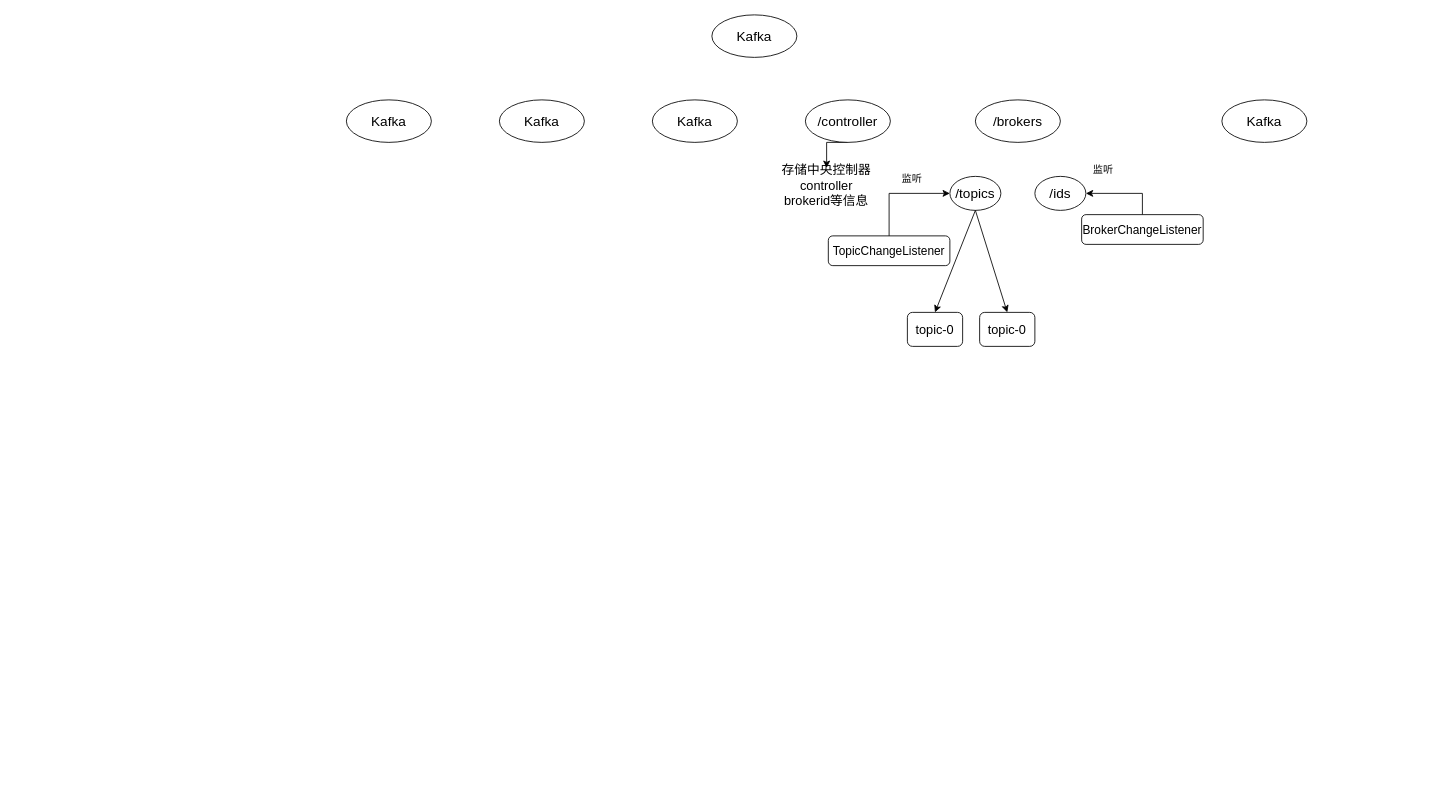
The draw.io diagram kafka中zookeeper架构.drawio in jiangtao2048/diagrams, before the edit. Source tidied: cells renumbered, new cells numbered last; positions are measured from the earlier drawing's top-left corner, leaving out a move shared by most shapes. Both pictures are drawn from the tidied source at 85%, with x=0, y=0 at pixel (346, 14).
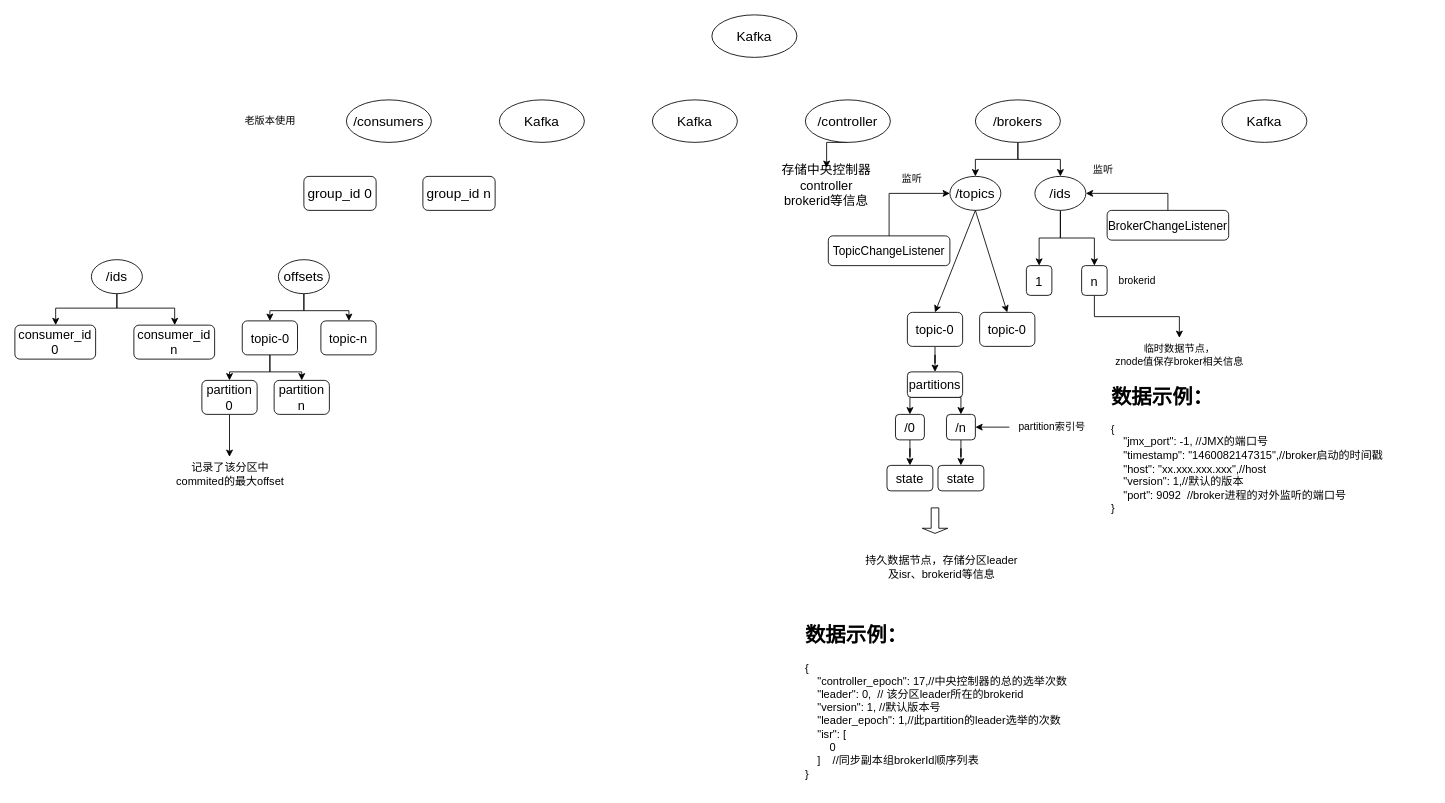
The same page after the edit.

Commit message (it also covers changes not shown here):
更新kafka中zookeeper架构.drawio

Unchanged cells that the change refers to:
```xml
<mxCell id="7" value="&lt;font style=&quot;font-size: 16px;&quot;&gt;/brokers&lt;/font&gt;" style="ellipse;whiteSpace=wrap;html=1;fontSize=15;" parent="1" vertex="1">
  <mxGeometry x="740" y="100" width="100" height="50" as="geometry" />
</mxCell>
<mxCell id="11" value="&lt;font style=&quot;font-size: 16px;&quot;&gt;/ids&lt;/font&gt;" style="ellipse;whiteSpace=wrap;html=1;fontSize=15;" parent="1" vertex="1">
  <mxGeometry x="810" y="190" width="60" height="40" as="geometry" />
</mxCell>
<mxCell id="12" value="&lt;font style=&quot;font-size: 16px;&quot;&gt;/topics&lt;/font&gt;" style="ellipse;whiteSpace=wrap;html=1;fontSize=15;" parent="1" vertex="1">
  <mxGeometry x="710" y="190" width="60" height="40" as="geometry" />
</mxCell>
<mxCell id="19" value="&lt;font style=&quot;font-size: 15px;&quot;&gt;topic-0&lt;/font&gt;" style="rounded=1;whiteSpace=wrap;html=1;" parent="1" vertex="1">
  <mxGeometry x="660" y="350" width="65" height="40" as="geometry" />
</mxCell>
```

The edit, as a diff of the source:
```diff
@@
+    <mxCell id="23" style="edgeStyle=orthogonalEdgeStyle;rounded=0;jettySize=auto;html=1;exitX=0.5;exitY=1;exitDx=0;exitDy=0;entryX=0.5;entryY=0;entryDx=0;entryDy=0;" parent="1" edge="1" source="7" target="12">
+      <mxGeometry relative="1" as="geometry" />
+    </mxCell>
+    <mxCell id="24" style="edgeStyle=orthogonalEdgeStyle;rounded=0;jettySize=auto;html=1;exitX=0.5;exitY=1;exitDx=0;exitDy=0;" parent="1" edge="1" source="7" target="11">
+      <mxGeometry relative="1" as="geometry" />
+    </mxCell>
@@
-    <mxCell id="8" value="&lt;font style=&quot;font-size: 16px;&quot;&gt;Kafka&lt;/font&gt;" style="ellipse;whiteSpace=wrap;html=1;fontSize=15;" parent="1" vertex="1">
+    <mxCell id="8" value="&lt;font style=&quot;font-size: 16px;&quot;&gt;/consumers&lt;br&gt;&lt;/font&gt;" style="ellipse;whiteSpace=wrap;html=1;fontSize=15;" parent="1" vertex="1">
       <mxGeometry y="100" width="100" height="50" as="geometry" />
     </mxCell>
@@
+    <mxCell id="25" style="edgeStyle=orthogonalEdgeStyle;rounded=0;jettySize=auto;html=1;exitX=0.5;exitY=1;exitDx=0;exitDy=0;" parent="1" edge="1" source="11" target="42">
+      <mxGeometry relative="1" as="geometry" />
+    </mxCell>
+    <mxCell id="26" style="edgeStyle=orthogonalEdgeStyle;rounded=0;jettySize=auto;html=1;exitX=0.5;exitY=1;exitDx=0;exitDy=0;entryX=0.5;entryY=0;entryDx=0;entryDy=0;" parent="1" edge="1" source="11" target="44">
+      <mxGeometry relative="1" as="geometry" />
+    </mxCell>
@@
     <mxCell id="14" value="&lt;font style=&quot;font-size: 14px;&quot;&gt;BrokerChangeListener&lt;/font&gt;" style="rounded=1;whiteSpace=wrap;html=1;" parent="1" vertex="1">
-      <mxGeometry x="865" y="235" width="143" height="35" as="geometry" />
+      <mxGeometry x="895" y="230" width="143" height="35" as="geometry" />
     </mxCell>
@@
+    <mxCell id="27" style="edgeStyle=orthogonalEdgeStyle;rounded=0;jettySize=auto;html=1;exitX=0.5;exitY=1;exitDx=0;exitDy=0;" parent="1" edge="1" source="19" target="30">
+      <mxGeometry relative="1" as="geometry" />
+    </mxCell>
@@
+    <mxCell id="28" style="edgeStyle=orthogonalEdgeStyle;rounded=0;jettySize=auto;html=1;exitX=0.5;exitY=1;exitDx=0;exitDy=0;entryX=0.5;entryY=0;entryDx=0;entryDy=0;" parent="1" edge="1" source="30" target="34">
+      <mxGeometry relative="1" as="geometry" />
+    </mxCell>
+    <mxCell id="29" style="edgeStyle=orthogonalEdgeStyle;rounded=0;jettySize=auto;html=1;exitX=0.5;exitY=1;exitDx=0;exitDy=0;entryX=0.5;entryY=0;entryDx=0;entryDy=0;" parent="1" edge="1" source="30" target="32">
+      <mxGeometry relative="1" as="geometry" />
+    </mxCell>
+    <mxCell id="30" value="&lt;font style=&quot;font-size: 15px;&quot;&gt;partitions&lt;/font&gt;" style="rounded=1;whiteSpace=wrap;html=1;" parent="1" vertex="1">
+      <mxGeometry x="660" y="420" width="65" height="30" as="geometry" />
+    </mxCell>
+    <mxCell id="31" style="edgeStyle=orthogonalEdgeStyle;rounded=0;jettySize=auto;html=1;exitX=0.5;exitY=1;exitDx=0;exitDy=0;" parent="1" edge="1" source="32" target="35">
+      <mxGeometry relative="1" as="geometry" />
+    </mxCell>
+    <mxCell id="32" value="&lt;font style=&quot;font-size: 15px;&quot;&gt;/0&lt;/font&gt;" style="rounded=1;whiteSpace=wrap;html=1;" parent="1" vertex="1">
+      <mxGeometry x="646" y="470" width="34" height="30" as="geometry" />
+    </mxCell>
+    <mxCell id="33" style="edgeStyle=orthogonalEdgeStyle;rounded=0;jettySize=auto;html=1;exitX=0.5;exitY=1;exitDx=0;exitDy=0;" parent="1" edge="1" source="34" target="36">
+      <mxGeometry relative="1" as="geometry" />
+    </mxCell>
+    <mxCell id="34" value="&lt;font style=&quot;font-size: 15px;&quot;&gt;/n&lt;/font&gt;" style="rounded=1;whiteSpace=wrap;html=1;" parent="1" vertex="1">
+      <mxGeometry x="706" y="470" width="34" height="30" as="geometry" />
+    </mxCell>
+    <mxCell id="35" value="&lt;font style=&quot;font-size: 15px;&quot;&gt;state&lt;/font&gt;" style="rounded=1;whiteSpace=wrap;html=1;" parent="1" vertex="1">
+      <mxGeometry x="636" y="530" width="54" height="30" as="geometry" />
+    </mxCell>
+    <mxCell id="36" value="&lt;font style=&quot;font-size: 15px;&quot;&gt;state&lt;/font&gt;" style="rounded=1;whiteSpace=wrap;html=1;" parent="1" vertex="1">
+      <mxGeometry x="696" y="530" width="54" height="30" as="geometry" />
+    </mxCell>
+    <mxCell id="37" value="&lt;font style=&quot;font-size: 13px;&quot;&gt;持久数据节点，存储分区leader&lt;br&gt;及isr、brokerid等信息&lt;/font&gt;" style="text;html=1;align=center;verticalAlign=middle;strokeColor=none;fillColor=none;" parent="1" vertex="1">
+      <mxGeometry x="600" y="630" width="200" height="40" as="geometry" />
+    </mxCell>
+    <mxCell id="38" value="&lt;h1&gt;数据示例：&lt;/h1&gt;&lt;div style=&quot;font-size: 13px;&quot;&gt;&lt;div&gt;{&lt;/div&gt;&lt;div&gt;&amp;nbsp; &amp;nbsp; &quot;controller_epoch&quot;: 17,//中央控制器的总的选举次数&lt;/div&gt;&lt;div&gt;&amp;nbsp; &amp;nbsp; &quot;leader&quot;: 0,&amp;nbsp; // 该分区leader所在的brokerid&lt;/div&gt;&lt;div&gt;&amp;nbsp; &amp;nbsp; &quot;version&quot;: 1, //默认版本号&lt;/div&gt;&lt;div&gt;&amp;nbsp; &amp;nbsp; &quot;leader_epoch&quot;: 1,//此partition的leader选举的次数&lt;/div&gt;&lt;div&gt;&amp;nbsp; &amp;nbsp; &quot;isr&quot;: [&lt;/div&gt;&lt;div&gt;&amp;nbsp; &amp;nbsp; &amp;nbsp; &amp;nbsp; 0&lt;/div&gt;&lt;div&gt;&amp;nbsp; &amp;nbsp; ]&amp;nbsp; &amp;nbsp; //同步副本组brokerId顺序列表&lt;/div&gt;&lt;div&gt;}&lt;/div&gt;&lt;/div&gt;" style="text;html=1;strokeColor=none;fillColor=none;spacing=5;spacingTop=-20;whiteSpace=wrap;overflow=hidden;rounded=0;" parent="1" vertex="1">
+      <mxGeometry x="535" y="710" width="380" height="200" as="geometry" />
+    </mxCell>
+    <mxCell id="39" style="shape=singleArrow;direction=south;whiteSpace=wrap;html=1;" parent="1" vertex="1">
+      <mxGeometry x="677.5" y="580" width="30" height="30" as="geometry" />
+    </mxCell>
+    <mxCell id="40" value="&lt;div class=&quot;lake-content&quot;&gt;partition索引号&lt;/div&gt;" style="text;html=1;align=center;verticalAlign=middle;points=[];strokeColor=none;fillColor=none;" parent="1" vertex="1">
+      <mxGeometry x="780" y="470" width="100" height="30" as="geometry" />
+    </mxCell>
+    <mxCell id="41" style="endArrow=classic;html=1;rounded=0;entryX=1;entryY=0.5;entryDx=0;entryDy=0;" parent="1" edge="1" source="40" target="34">
+      <mxGeometry relative="1" as="geometry" />
+    </mxCell>
+    <mxCell id="42" value="&lt;span style=&quot;font-size: 15px;&quot;&gt;1&lt;/span&gt;" style="rounded=1;whiteSpace=wrap;html=1;" parent="1" vertex="1">
+      <mxGeometry x="800" y="295" width="30" height="35" as="geometry" />
+    </mxCell>
+    <mxCell id="43" style="edgeStyle=orthogonalEdgeStyle;rounded=0;jettySize=auto;html=1;exitX=0.5;exitY=1;exitDx=0;exitDy=0;" parent="1" edge="1" source="44" target="45">
+      <mxGeometry relative="1" as="geometry" />
+    </mxCell>
+    <mxCell id="44" value="&lt;span style=&quot;font-size: 15px;&quot;&gt;n&lt;/span&gt;" style="rounded=1;whiteSpace=wrap;html=1;" parent="1" vertex="1">
+      <mxGeometry x="865" y="295" width="30" height="35" as="geometry" />
+    </mxCell>
+    <mxCell id="45" value="临时数据节点，&lt;br&gt;znode值保存broker相关信息" style="text;html=1;align=center;verticalAlign=middle;points=[];strokeColor=none;fillColor=none;" parent="1" vertex="1">
+      <mxGeometry x="895" y="380" width="170" height="40" as="geometry" />
+    </mxCell>
+    <mxCell id="46" value="brokerid" style="text;html=1;align=center;verticalAlign=middle;strokeColor=none;fillColor=none;" parent="1" vertex="1">
+      <mxGeometry x="895" y="298" width="70" height="30" as="geometry" />
+    </mxCell>
+    <mxCell id="47" value="&lt;h1&gt;数据示例：&lt;/h1&gt;&lt;div style=&quot;&quot;&gt;&lt;div style=&quot;&quot;&gt;{&lt;/div&gt;&lt;div style=&quot;&quot;&gt;&lt;span style=&quot;font-size: 13px;&quot;&gt;&amp;nbsp; &amp;nbsp; &quot;jmx_port&quot;: -1, //JMX的端口号&lt;/span&gt;&lt;/div&gt;&lt;div style=&quot;&quot;&gt;&lt;span style=&quot;font-size: 13px;&quot;&gt;&amp;nbsp; &amp;nbsp; &quot;timestamp&quot;: &quot;1460082147315&quot;,//broker启动的时间戳&lt;/span&gt;&lt;/div&gt;&lt;div style=&quot;&quot;&gt;&lt;span style=&quot;font-size: 13px;&quot;&gt;&amp;nbsp; &amp;nbsp; &quot;host&quot;: &quot;xx.xxx.xxx.xxx&quot;,//host&lt;/span&gt;&lt;/div&gt;&lt;div style=&quot;&quot;&gt;&lt;span style=&quot;font-size: 13px;&quot;&gt;&amp;nbsp; &amp;nbsp; &quot;version&quot;: 1,//默认的版本&lt;/span&gt;&lt;/div&gt;&lt;div style=&quot;&quot;&gt;&lt;span style=&quot;font-size: 13px;&quot;&gt;&amp;nbsp; &amp;nbsp; &quot;port&quot;: 9092&amp;nbsp; //broker进程的对外监听的端口号&lt;/span&gt;&lt;/div&gt;&lt;div style=&quot;&quot;&gt;&lt;span style=&quot;font-size: 13px;&quot;&gt;}&lt;/span&gt;&lt;/div&gt;&lt;/div&gt;" style="text;html=1;strokeColor=none;fillColor=none;spacing=5;spacingTop=-20;whiteSpace=wrap;overflow=hidden;rounded=0;" parent="1" vertex="1">
+      <mxGeometry x="895" y="430" width="380" height="170" as="geometry" />
+    </mxCell>
+    <mxCell id="48" value="老版本使用" style="text;html=1;align=center;verticalAlign=middle;strokeColor=none;fillColor=none;" parent="1" vertex="1">
+      <mxGeometry x="-130" y="110" width="80" height="30" as="geometry" />
+    </mxCell>
+    <mxCell id="49" value="&lt;font style=&quot;font-size: 16px;&quot;&gt;group_id 0&lt;/font&gt;" style="rounded=1;whiteSpace=wrap;html=1;" parent="1" vertex="1">
+      <mxGeometry x="-50" y="190" width="85" height="40" as="geometry" />
+    </mxCell>
+    <mxCell id="50" value="&lt;font style=&quot;font-size: 16px;&quot;&gt;group_id n&lt;/font&gt;" style="rounded=1;whiteSpace=wrap;html=1;" parent="1" vertex="1">
+      <mxGeometry x="90" y="190" width="85" height="40" as="geometry" />
+    </mxCell>
+    <mxCell id="51" style="edgeStyle=orthogonalEdgeStyle;rounded=0;jettySize=auto;html=1;exitX=0.5;exitY=1;exitDx=0;exitDy=0;" parent="1" edge="1" source="53" target="54">
+      <mxGeometry relative="1" as="geometry">
+        <Array as="points">
+          <mxPoint x="-270" y="345" />
+          <mxPoint x="-342" y="345" />
+        </Array>
+      </mxGeometry>
+    </mxCell>
+    <mxCell id="52" style="edgeStyle=orthogonalEdgeStyle;rounded=0;jettySize=auto;html=1;exitX=0.5;exitY=1;exitDx=0;exitDy=0;" parent="1" edge="1" source="53" target="55">
+      <mxGeometry relative="1" as="geometry">
+        <Array as="points">
+          <mxPoint x="-270" y="345" />
+          <mxPoint x="-202" y="345" />
+        </Array>
+      </mxGeometry>
+    </mxCell>
+    <mxCell id="53" value="&lt;font style=&quot;font-size: 16px;&quot;&gt;/ids&lt;/font&gt;" style="ellipse;whiteSpace=wrap;html=1;fontSize=15;" parent="1" vertex="1">
+      <mxGeometry x="-300" y="288" width="60" height="40" as="geometry" />
+    </mxCell>
+    <mxCell id="54" value="&lt;font style=&quot;font-size: 15px;&quot;&gt;consumer_id&lt;br&gt;0&lt;/font&gt;" style="rounded=1;whiteSpace=wrap;html=1;" parent="1" vertex="1">
+      <mxGeometry x="-390" y="365" width="95" height="40" as="geometry" />
+    </mxCell>
+    <mxCell id="55" value="&lt;font style=&quot;font-size: 15px;&quot;&gt;consumer_id&lt;br&gt;n&lt;br&gt;&lt;/font&gt;" style="rounded=1;whiteSpace=wrap;html=1;" parent="1" vertex="1">
+      <mxGeometry x="-250" y="365" width="95" height="40" as="geometry" />
+    </mxCell>
+    <mxCell id="56" style="edgeStyle=orthogonalEdgeStyle;rounded=0;jettySize=auto;html=1;exitX=0.5;exitY=1;exitDx=0;exitDy=0;" parent="1" edge="1" source="58" target="61">
+      <mxGeometry relative="1" as="geometry" />
+    </mxCell>
+    <mxCell id="57" style="edgeStyle=orthogonalEdgeStyle;rounded=0;jettySize=auto;html=1;exitX=0.5;exitY=1;exitDx=0;exitDy=0;" parent="1" edge="1" source="58" target="62">
+      <mxGeometry relative="1" as="geometry">
+        <Array as="points">
+          <mxPoint x="-50" y="348" />
+          <mxPoint x="3" y="348" />
+        </Array>
+      </mxGeometry>
+    </mxCell>
+    <mxCell id="58" value="&lt;font style=&quot;font-size: 16px;&quot;&gt;offsets&lt;/font&gt;" style="ellipse;whiteSpace=wrap;html=1;fontSize=15;" parent="1" vertex="1">
+      <mxGeometry x="-80" y="288" width="60" height="40" as="geometry" />
+    </mxCell>
+    <mxCell id="59" style="edgeStyle=orthogonalEdgeStyle;rounded=0;jettySize=auto;html=1;exitX=0.5;exitY=1;exitDx=0;exitDy=0;" parent="1" edge="1" source="61" target="64">
+      <mxGeometry relative="1" as="geometry" />
+    </mxCell>
+    <mxCell id="60" style="edgeStyle=orthogonalEdgeStyle;rounded=0;jettySize=auto;html=1;exitX=0.5;exitY=1;exitDx=0;exitDy=0;entryX=0.5;entryY=0;entryDx=0;entryDy=0;" parent="1" edge="1" source="61" target="65">
+      <mxGeometry relative="1" as="geometry" />
+    </mxCell>
+    <mxCell id="61" value="&lt;font style=&quot;font-size: 15px;&quot;&gt;topic-0&lt;/font&gt;" style="rounded=1;whiteSpace=wrap;html=1;" parent="1" vertex="1">
+      <mxGeometry x="-122.5" y="360" width="65" height="40" as="geometry" />
+    </mxCell>
+    <mxCell id="62" value="&lt;font style=&quot;font-size: 15px;&quot;&gt;topic-n&lt;/font&gt;" style="rounded=1;whiteSpace=wrap;html=1;" parent="1" vertex="1">
+      <mxGeometry x="-30" y="360" width="65" height="40" as="geometry" />
+    </mxCell>
+    <mxCell id="63" style="edgeStyle=orthogonalEdgeStyle;rounded=0;jettySize=auto;html=1;exitX=0.5;exitY=1;exitDx=0;exitDy=0;" parent="1" edge="1" source="64" target="66">
+      <mxGeometry relative="1" as="geometry" />
+    </mxCell>
+    <mxCell id="64" value="&lt;font style=&quot;font-size: 15px;&quot;&gt;partition&lt;br&gt;0&lt;/font&gt;" style="rounded=1;whiteSpace=wrap;html=1;" parent="1" vertex="1">
+      <mxGeometry x="-170" y="430" width="65" height="40" as="geometry" />
+    </mxCell>
+    <mxCell id="65" value="&lt;font style=&quot;font-size: 15px;&quot;&gt;partition&lt;br&gt;n&lt;br&gt;&lt;/font&gt;" style="rounded=1;whiteSpace=wrap;html=1;" parent="1" vertex="1">
+      <mxGeometry x="-85" y="430" width="65" height="40" as="geometry" />
+    </mxCell>
+    <mxCell id="66" value="&lt;font style=&quot;font-size: 13px;&quot;&gt;记录了该分区中&lt;br&gt;commited的最大offset&lt;/font&gt;" style="text;html=1;align=center;verticalAlign=middle;points=[];strokeColor=none;fillColor=none;" parent="1" vertex="1">
+      <mxGeometry x="-212.5" y="520" width="150" height="40" as="geometry" />
+    </mxCell>
```
